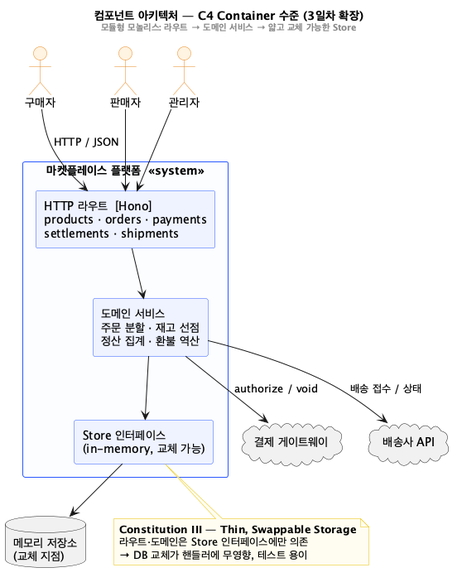
kosta-ai-lab/ai-native-sdlc keeps this PlantUML diagram as courses/software-design-with-spec-kit/labs/speckit-ecommerce-fullscale/design/diagrams/component-architecture.png. Above is the earlier version.
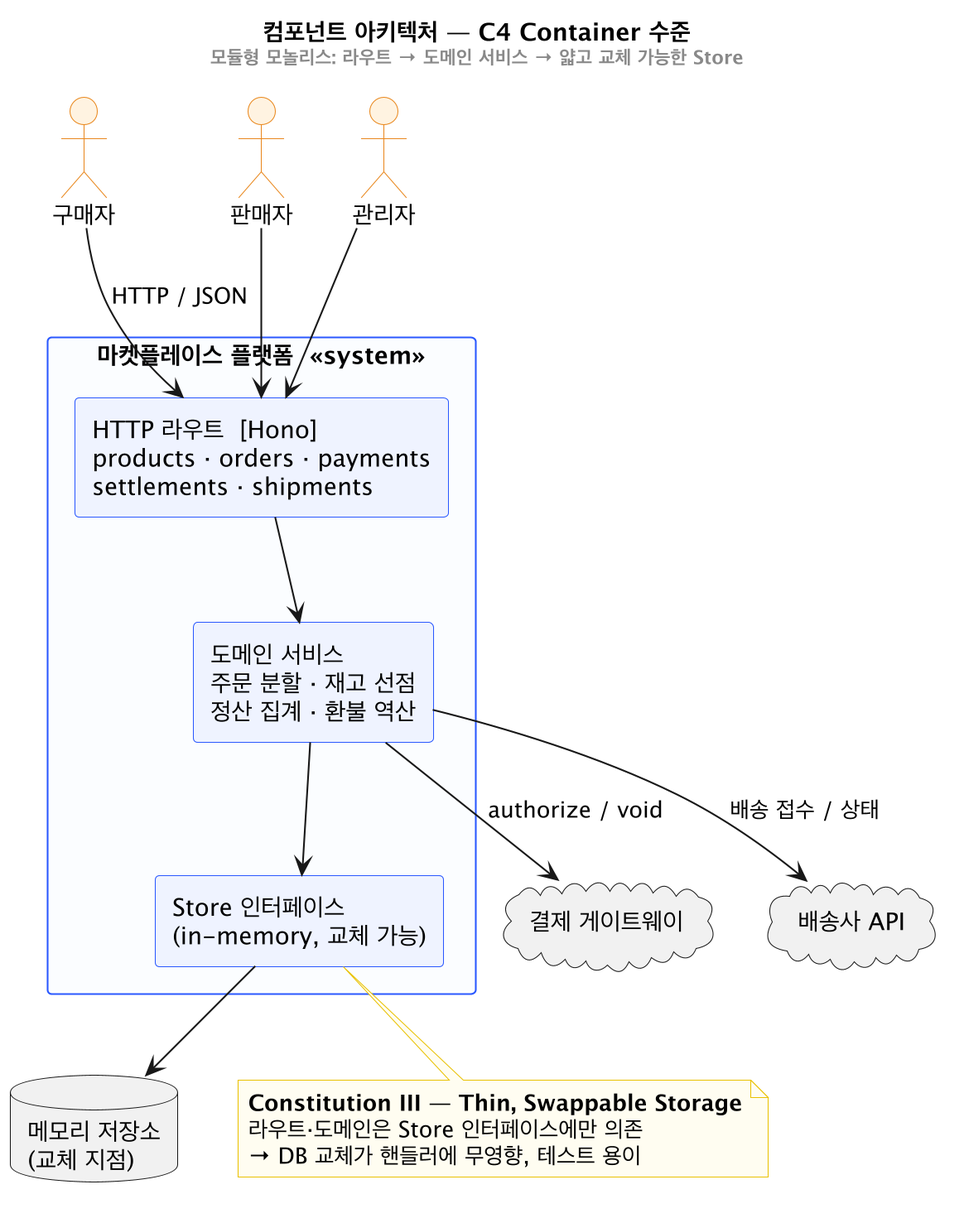
After the commit.

The edit, as a diff of the source:
```diff
@@ -1,4 +1,5 @@
 @startuml component-architecture
+skinparamlocked dpi 200
 skinparam backgroundColor #FEFEFE
 skinparam shadowing false
 skinparam componentStyle rectangle
@@ -18,7 +19,7 @@
   BackgroundColor #FFFDF0
   BorderColor #E8C000
 }
-title 컴포넌트 아키텍처 — C4 Container 수준 (3일차 확장)\n<size:11><color:#888>모듈형 모놀리스: 라우트 → 도메인 서비스 → 얇고 교체 가능한 Store</color></size>
+title 컴포넌트 아키텍처 — C4 Container 수준\n<size:11><color:#888>모듈형 모놀리스: 라우트 → 도메인 서비스 → 얇고 교체 가능한 Store</color></size>
 
 actor "구매자" as Buyer
 actor "판매자" as Seller
```
